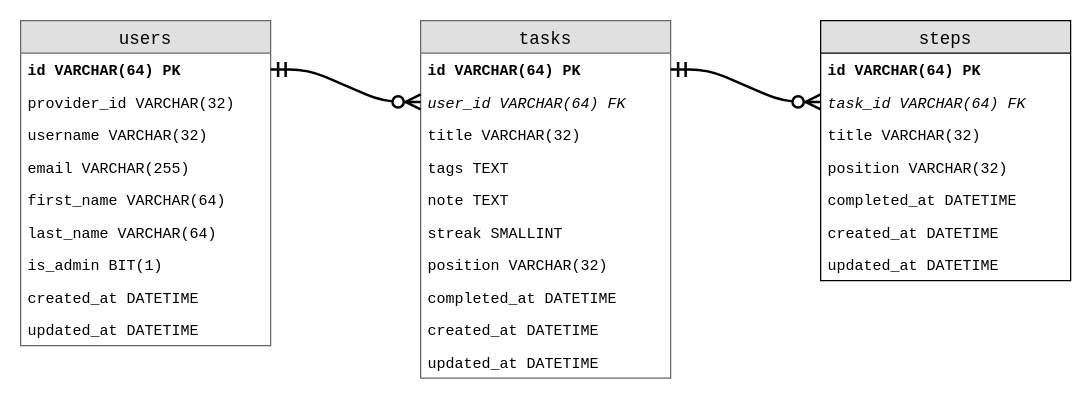
Earlier version of the draw.io diagram docs/000-entity-relationship-diagram.drawio (benjamesfleming/gotasks). Source tidied: cells renumbered, new cells numbered last; positions are measured from the earlier drawing's top-left corner, leaving out a move shared by most shapes. Both pictures are drawn from the tidied source at 125%, with x=0, y=0 at pixel (20, 20).
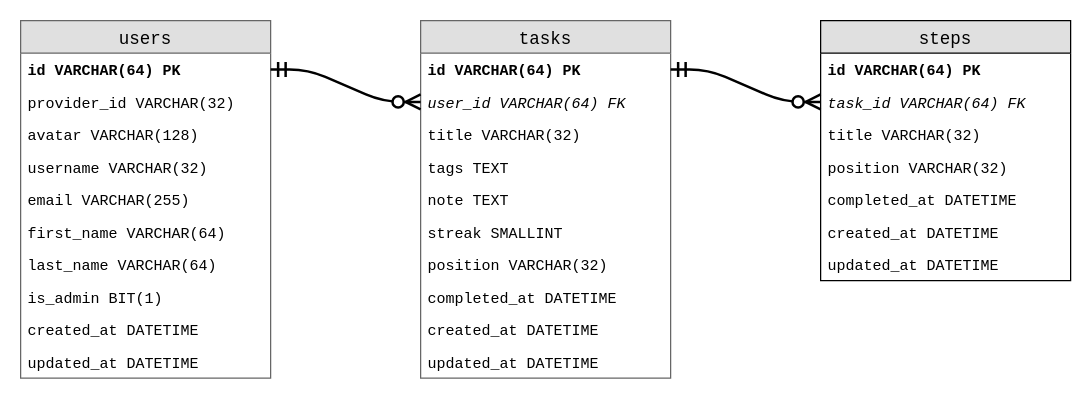
The same page after the edit.

Commit message:
add avatar to erd

Change to the diagram source:
```diff
@@
     <mxCell id="2" value="users" style="swimlane;fontStyle=0;horizontal=1;startSize=26;fillColor=#e0e0e0;swimlaneFillColor=#ffffff;align=center;fontSize=14;fontFamily=Courier New;strokeColor=#666666;" parent="1" vertex="1">
-      <mxGeometry width="200" height="260" as="geometry" />
+      <mxGeometry width="200" height="286" as="geometry" />
     </mxCell>
@@
+    <mxCell id="33" value="avatar VARCHAR(128)" style="text;strokeColor=none;fillColor=none;spacingLeft=4;spacingRight=4;overflow=hidden;fontSize=12;fontFamily=Courier New;" parent="2" vertex="1">
+      <mxGeometry y="78" width="200" height="26" as="geometry" />
+    </mxCell>
     <mxCell id="5" value="username VARCHAR(32)" style="text;strokeColor=none;fillColor=none;spacingLeft=4;spacingRight=4;overflow=hidden;fontSize=12;fontFamily=Courier New;" parent="2" vertex="1">
-      <mxGeometry y="78" width="200" height="26" as="geometry" />
+      <mxGeometry y="104" width="200" height="26" as="geometry" />
     </mxCell>
     <mxCell id="6" value="email VARCHAR(255)" style="text;strokeColor=none;fillColor=none;spacingLeft=4;spacingRight=4;overflow=hidden;fontSize=12;fontFamily=Courier New;" parent="2" vertex="1">
-      <mxGeometry y="104" width="200" height="26" as="geometry" />
+      <mxGeometry y="130" width="200" height="26" as="geometry" />
     </mxCell>
     <mxCell id="7" value="first_name VARCHAR(64)" style="text;strokeColor=none;fillColor=none;spacingLeft=4;spacingRight=4;overflow=hidden;fontSize=12;fontFamily=Courier New;" parent="2" vertex="1">
-      <mxGeometry y="130" width="200" height="26" as="geometry" />
+      <mxGeometry y="156" width="200" height="26" as="geometry" />
     </mxCell>
     <mxCell id="8" value="last_name VARCHAR(64)" style="text;strokeColor=none;fillColor=none;spacingLeft=4;spacingRight=4;overflow=hidden;fontSize=12;fontFamily=Courier New;" parent="2" vertex="1">
-      <mxGeometry y="156" width="200" height="26" as="geometry" />
+      <mxGeometry y="182" width="200" height="26" as="geometry" />
     </mxCell>
     <mxCell id="9" value="is_admin BIT(1)" style="text;strokeColor=none;fillColor=none;spacingLeft=4;spacingRight=4;overflow=hidden;fontSize=12;fontFamily=Courier New;" parent="2" vertex="1">
-      <mxGeometry y="182" width="200" height="26" as="geometry" />
+      <mxGeometry y="208" width="200" height="26" as="geometry" />
     </mxCell>
     <mxCell id="10" value="created_at DATETIME" style="text;strokeColor=none;fillColor=none;spacingLeft=4;spacingRight=4;overflow=hidden;fontSize=12;fontFamily=Courier New;" parent="2" vertex="1">
-      <mxGeometry y="208" width="200" height="26" as="geometry" />
+      <mxGeometry y="234" width="200" height="26" as="geometry" />
     </mxCell>
     <mxCell id="11" value="updated_at DATETIME" style="text;strokeColor=none;fillColor=none;spacingLeft=4;spacingRight=4;overflow=hidden;fontSize=12;fontFamily=Courier New;" parent="2" vertex="1">
-      <mxGeometry y="234" width="200" height="26" as="geometry" />
+      <mxGeometry y="260" width="200" height="26" as="geometry" />
     </mxCell>
```
